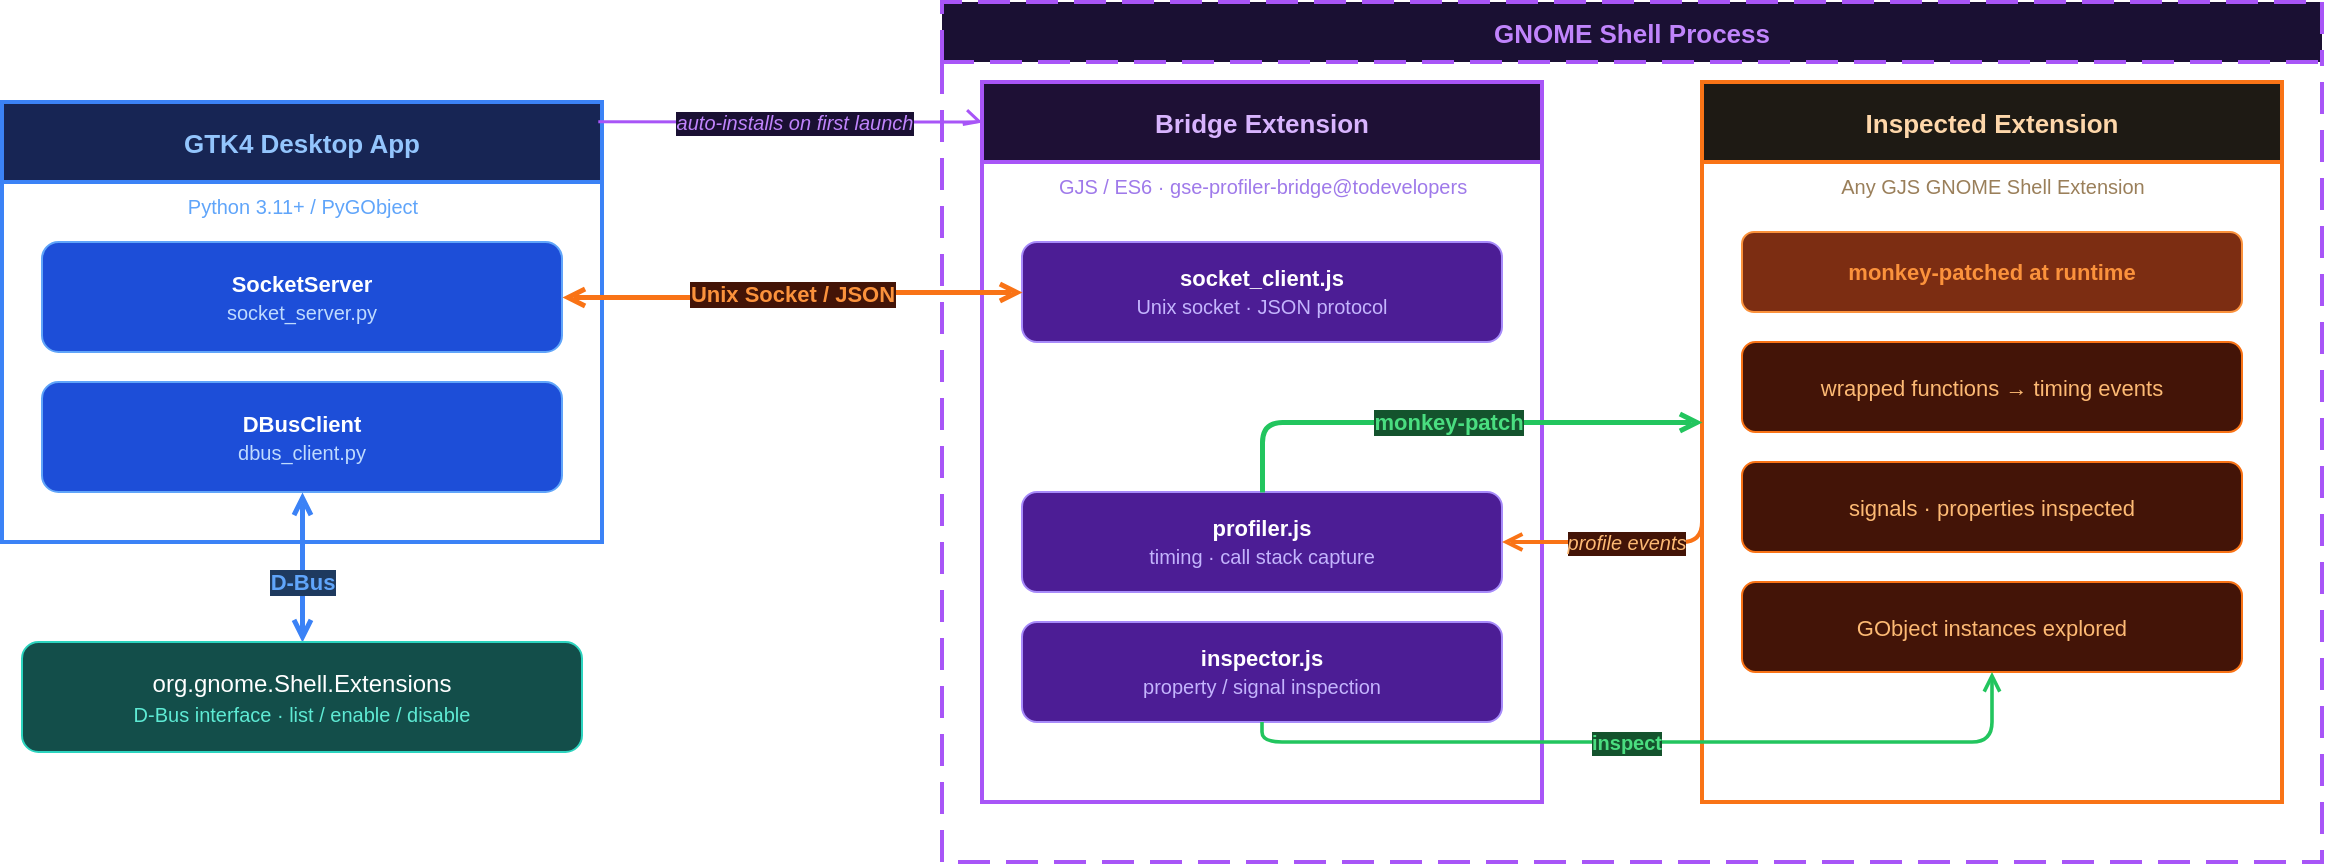
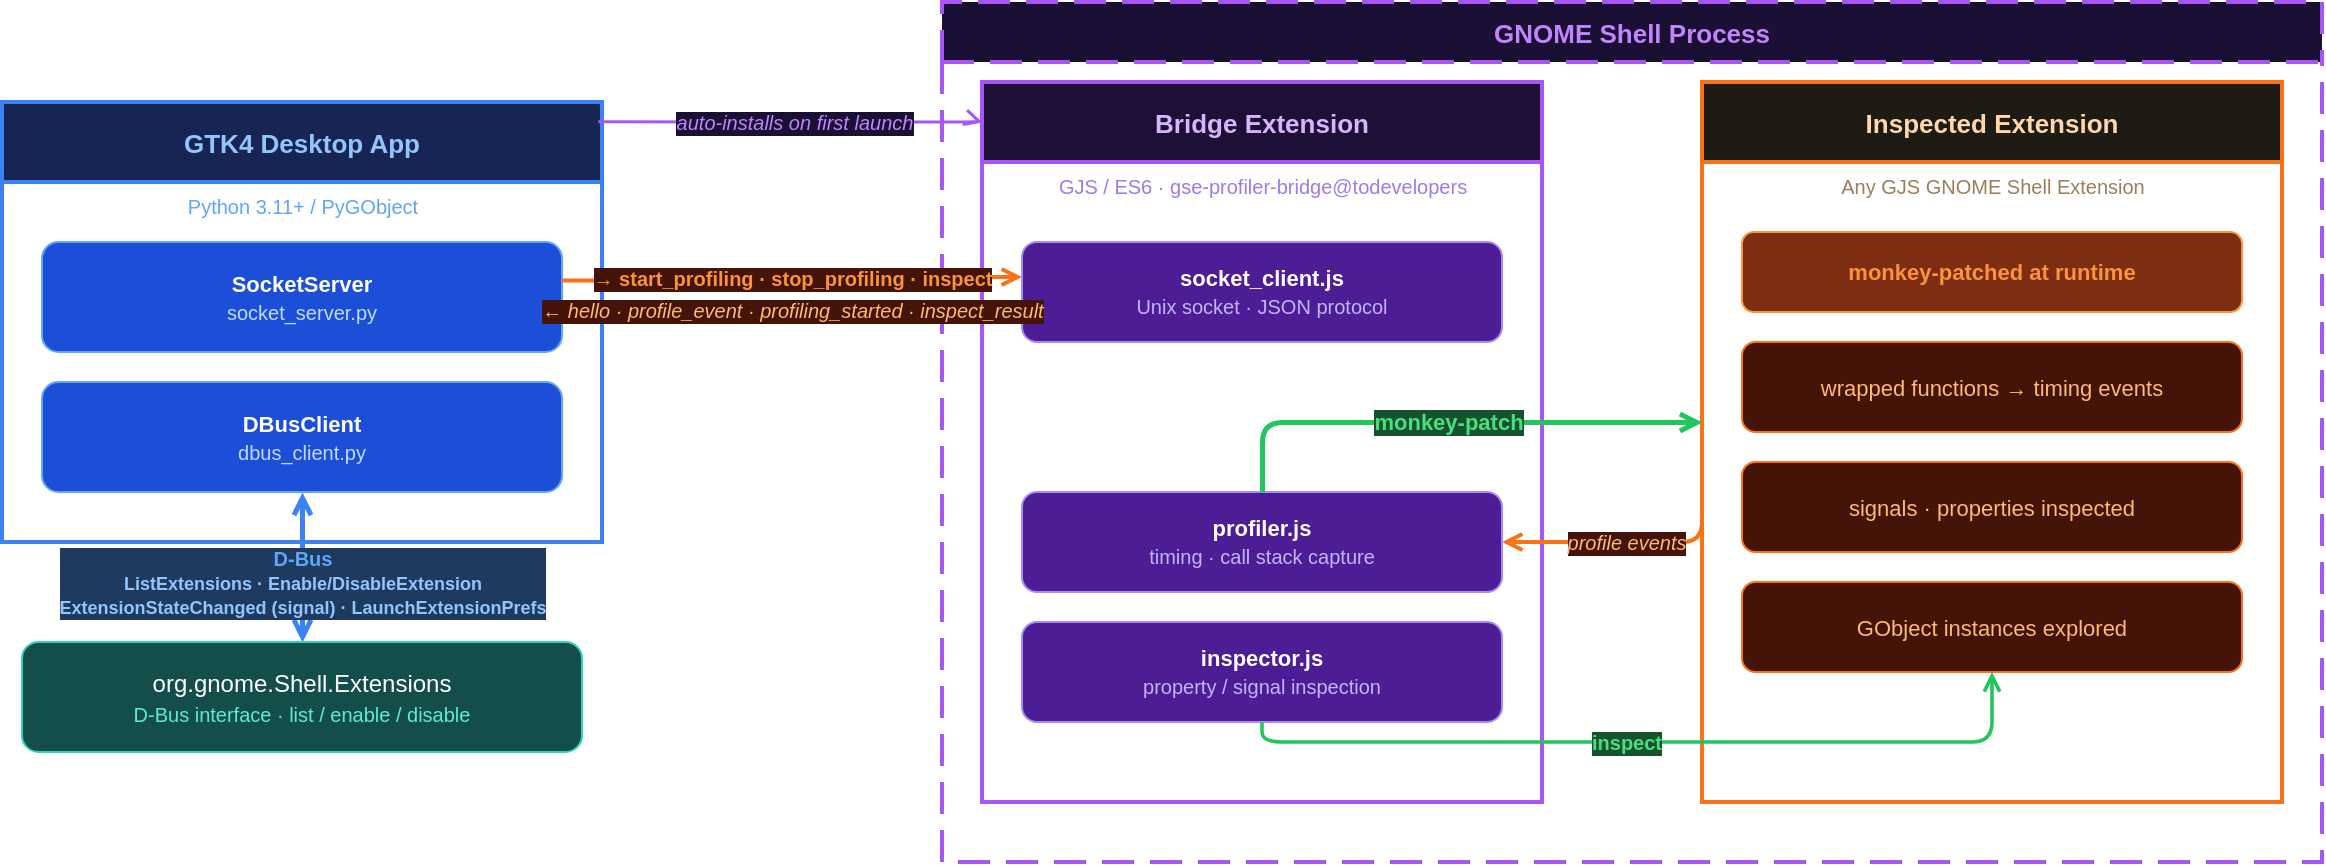
<mxfile host="app.diagrams.net">
  <diagram name="gse-profiler Architecture" id="gse-profiler-arch">
    <mxGraphModel dx="1414" dy="863" grid="1" gridSize="10" guides="1" tooltips="1" connect="1" arrows="1" fold="1" page="1" pageScale="1" pageWidth="1654" pageHeight="1169" math="0" shadow="0">
      <root>
        <mxCell id="0" />
        <mxCell id="1" parent="0" />
        <mxCell id="gnome-shell-container" parent="1" style="swimlane;startSize=30;fillColor=#1a1033;strokeColor=#a855f7;strokeWidth=2;dashed=1;dashPattern=8 4;fontColor=#c084fc;fontSize=13;fontStyle=1;align=center;" value="GNOME Shell Process" vertex="1">
          <mxGeometry height="430" width="690" x="570" y="90" as="geometry" />
        </mxCell>
        <mxCell id="bridge-container" parent="gnome-shell-container" style="swimlane;startSize=40;fillColor=#1e1035;strokeColor=#a855f7;strokeWidth=2;fontColor=#d8b4fe;fontSize=13;fontStyle=1;align=center;" value="Bridge Extension" vertex="1">
          <mxGeometry height="360" width="280" x="20" y="40" as="geometry" />
        </mxCell>
        <mxCell id="bridge-subtitle" parent="bridge-container" style="text;html=1;align=center;verticalAlign=middle;resizable=0;points=[];autosize=1;strokeColor=none;fillColor=none;fontColor=#9f7aea;fontSize=10;" value="GJS / ES6 · gse-profiler-bridge@todevelopers" vertex="1">
          <mxGeometry height="20" width="260" x="10" y="42" as="geometry" />
        </mxCell>
        <mxCell id="socket-client-js" parent="bridge-container" style="rounded=1;whiteSpace=wrap;html=1;fillColor=#4c1d95;strokeColor=#a78bfa;fontColor=#ffffff;fontSize=11;" value="&lt;b&gt;socket_client.js&lt;/b&gt;&lt;br/&gt;&lt;font color=&#39;#c4b5fd&#39; style=&#39;font-size:10px&#39;&gt;Unix socket · JSON protocol&lt;/font&gt;" vertex="1">
          <mxGeometry height="50" width="240" x="20" y="80" as="geometry" />
        </mxCell>
        <mxCell id="profiler-js" parent="bridge-container" style="rounded=1;whiteSpace=wrap;html=1;fillColor=#4c1d95;strokeColor=#a78bfa;fontColor=#ffffff;fontSize=11;" value="&lt;b&gt;profiler.js&lt;/b&gt;&lt;br/&gt;&lt;font color=&#39;#c4b5fd&#39; style=&#39;font-size:10px&#39;&gt;timing · call stack capture&lt;/font&gt;" vertex="1">
          <mxGeometry height="50" width="240" x="20" y="205" as="geometry" />
        </mxCell>
        <mxCell id="inspector-js" parent="bridge-container" style="rounded=1;whiteSpace=wrap;html=1;fillColor=#4c1d95;strokeColor=#a78bfa;fontColor=#ffffff;fontSize=11;" value="&lt;b&gt;inspector.js&lt;/b&gt;&lt;br/&gt;&lt;font color=&#39;#c4b5fd&#39; style=&#39;font-size:10px&#39;&gt;property / signal inspection&lt;/font&gt;" vertex="1">
          <mxGeometry height="50" width="240" x="20" y="270" as="geometry" />
        </mxCell>
        <mxCell id="inspected-container" parent="gnome-shell-container" style="swimlane;startSize=40;fillColor=#1e1a14;strokeColor=#f97316;strokeWidth=2;fontColor=#fed7aa;fontSize=13;fontStyle=1;align=center;" value="Inspected Extension" vertex="1">
          <mxGeometry height="360" width="290" x="380" y="40" as="geometry" />
        </mxCell>
        <mxCell id="inspected-subtitle" parent="inspected-container" style="text;html=1;align=center;verticalAlign=middle;resizable=0;points=[];autosize=1;strokeColor=none;fillColor=none;fontColor=#9a7f5a;fontSize=10;" value="Any GJS GNOME Shell Extension" vertex="1">
          <mxGeometry height="20" width="270" x="10" y="42" as="geometry" />
        </mxCell>
        <mxCell id="monkey-patch-badge" parent="inspected-container" style="rounded=1;whiteSpace=wrap;html=1;fillColor=#7c2d12;strokeColor=#fb923c;fontColor=#fb923c;fontSize=11;fontStyle=1;" value="monkey-patched at runtime" vertex="1">
          <mxGeometry height="40" width="250" x="20" y="75" as="geometry" />
        </mxCell>
        <mxCell id="wrapped-functions" parent="inspected-container" style="rounded=1;whiteSpace=wrap;html=1;fillColor=#431407;strokeColor=#f97316;fontColor=#fdba74;fontSize=11;" value="wrapped functions → timing events" vertex="1">
          <mxGeometry height="45" width="250" x="20" y="130" as="geometry" />
        </mxCell>
        <mxCell id="signals-props" parent="inspected-container" style="rounded=1;whiteSpace=wrap;html=1;fillColor=#431407;strokeColor=#f97316;fontColor=#fdba74;fontSize=11;" value="signals · properties inspected" vertex="1">
          <mxGeometry height="45" width="250" x="20" y="190" as="geometry" />
        </mxCell>
        <mxCell id="gobject-instances" parent="inspected-container" style="rounded=1;whiteSpace=wrap;html=1;fillColor=#431407;strokeColor=#f97316;fontColor=#fdba74;fontSize=11;" value="GObject instances explored" vertex="1">
          <mxGeometry height="45" width="250" x="20" y="250" as="geometry" />
        </mxCell>
        <mxCell id="edge-events" edge="1" parent="gnome-shell-container" source="inspected-container" style="edgeStyle=orthogonalEdgeStyle;html=1;strokeColor=#f97316;strokeWidth=2;strokeDashArray=6 3;fontColor=#fdba74;fontSize=10;fontStyle=2;fillColor=#431407;labelBackgroundColor=#431407;labelBorderColor=none;endArrow=open;endFill=0;entryX=1;entryY=0.5;entryDx=0;entryDy=0;exitX=0;exitY=0.5;exitDx=0;exitDy=0;" target="profiler-js" value="profile events">
          <mxGeometry relative="1" x="0.1765" as="geometry">
            <mxPoint as="offset" />
            <Array as="points">
              <mxPoint x="380" y="270" />
            </Array>
            <mxPoint x="350" y="310" as="sourcePoint" />
            <mxPoint x="350" y="500" as="targetPoint" />
          </mxGeometry>
        </mxCell>
        <mxCell id="edge-inspect" edge="1" parent="gnome-shell-container" source="inspector-js" style="edgeStyle=orthogonalEdgeStyle;html=1;strokeColor=#22c55e;strokeWidth=1.8;fontColor=#4ade80;fontSize=10;fontStyle=1;fillColor=#14532d;labelBackgroundColor=#14532d;labelBorderColor=none;endArrow=open;endFill=0;exitX=0.5;exitY=1;exitDx=0;exitDy=0;entryX=0.5;entryY=1;entryDx=0;entryDy=0;" target="gobject-instances" value="inspect">
          <mxGeometry relative="1" x="-0.0649" as="geometry">
            <mxPoint as="offset" />
            <Array as="points">
              <mxPoint x="160" y="370" />
              <mxPoint x="525" y="370" />
            </Array>
            <mxPoint x="460" y="350" as="targetPoint" />
          </mxGeometry>
        </mxCell>
        <mxCell id="app-container" parent="1" style="swimlane;startSize=40;fillColor=#172554;strokeColor=#3b82f6;strokeWidth=2;fontColor=#93c5fd;fontSize=13;fontStyle=1;align=center;" value="GTK4 Desktop App" vertex="1">
          <mxGeometry height="220" width="300" x="100" y="140" as="geometry" />
        </mxCell>
        <mxCell id="app-subtitle" parent="app-container" style="text;html=1;align=center;verticalAlign=middle;resizable=0;strokeColor=none;fillColor=none;fontColor=#60a5fa;fontSize=10;" value="Python 3.11+ / PyGObject" vertex="1">
          <mxGeometry height="20" width="280" x="10" y="42" as="geometry" />
        </mxCell>
        <mxCell id="dbus-client" parent="app-container" style="rounded=1;whiteSpace=wrap;html=1;fillColor=#1d4ed8;strokeColor=#60a5fa;fontColor=#ffffff;fontSize=11;" value="&lt;b&gt;DBusClient&lt;/b&gt;&lt;br/&gt;&lt;font color=&#39;#bfdbfe&#39; style=&#39;font-size:10px&#39;&gt;dbus_client.py&lt;/font&gt;" vertex="1">
          <mxGeometry height="55" width="260" x="20" y="140" as="geometry" />
        </mxCell>
        <mxCell id="socket-server" parent="app-container" style="rounded=1;whiteSpace=wrap;html=1;fillColor=#1d4ed8;strokeColor=#60a5fa;fontColor=#ffffff;fontSize=11;" value="&lt;b&gt;SocketServer&lt;/b&gt;&lt;br/&gt;&lt;font color=&#39;#bfdbfe&#39; style=&#39;font-size:10px&#39;&gt;socket_server.py&lt;/font&gt;" vertex="1">
          <mxGeometry height="55" width="260" x="20" y="70" as="geometry" />
        </mxCell>
-         <mxCell id="edge-dbus" edge="1" parent="1" source="dbus-client" style="edgeStyle=orthogonalEdgeStyle;html=1;strokeColor=#3b82f6;strokeWidth=2.5;fontColor=#60a5fa;fontSize=11;fontStyle=1;fillColor=#1e3a5f;labelBackgroundColor=#1e3a5f;labelBorderColor=none;startArrow=open;startFill=0;endArrow=open;endFill=0;" target="dbus-interface" value="D-Bus">
+         <mxCell id="edge-dbus" edge="1" parent="1" source="dbus-client" style="edgeStyle=orthogonalEdgeStyle;html=1;strokeColor=#3b82f6;strokeWidth=2.5;fontColor=#60a5fa;fontSize=10;fontStyle=1;fillColor=#1e3a5f;labelBackgroundColor=#1e3a5f;labelBorderColor=none;startArrow=open;startFill=0;endArrow=open;endFill=0;" target="dbus-interface" value="&lt;b&gt;D-Bus&lt;/b&gt;&lt;br/&gt;&lt;font style=&apos;font-size:9px&apos; color=&apos;#93c5fd&apos;&gt;ListExtensions · Enable/DisableExtension&lt;br/&gt;ExtensionStateChanged (signal) · LaunchExtensionPrefs&lt;/font&gt;">
          <mxGeometry relative="1" x="0.2" as="geometry">
            <mxPoint as="offset" />
          </mxGeometry>
        </mxCell>
-         <mxCell id="edge-socket" edge="1" parent="1" source="socket-server" style="edgeStyle=orthogonalEdgeStyle;html=1;strokeColor=#f97316;strokeWidth=2.5;fontColor=#fb923c;fontSize=11;fontStyle=1;fillColor=#431407;labelBackgroundColor=#431407;labelBorderColor=none;startArrow=open;startFill=0;endArrow=open;endFill=0;" target="socket-client-js" value="Unix Socket / JSON">
+         <!-- App → Bridge (commands) -->
+         <mxCell id="edge-socket-cmd" edge="1" parent="1" source="socket-server" style="edgeStyle=orthogonalEdgeStyle;html=1;strokeColor=#f97316;strokeWidth=2;fontColor=#fb923c;fontSize=10;fontStyle=1;fillColor=#431407;labelBackgroundColor=#431407;labelBorderColor=none;endArrow=open;endFill=1;exitX=1;exitY=0.35;exitDx=0;exitDy=0;entryX=0;entryY=0.35;entryDx=0;entryDy=0;" target="socket-client-js" value="→  start_profiling · stop_profiling · inspect">
+           <mxGeometry relative="1" as="geometry" />
+         </mxCell>
+         <!-- Bridge → App (events) -->
+         <mxCell id="edge-socket-evt" edge="1" parent="1" source="socket-client-js" style="edgeStyle=orthogonalEdgeStyle;html=1;strokeColor=#fb923c;strokeWidth=2;fontColor=#fdba74;fontSize=10;fontStyle=2;fillColor=#431407;labelBackgroundColor=#431407;labelBorderColor=none;endArrow=open;endFill=1;exitX=0;exitY=0.65;exitDx=0;exitDy=0;entryX=1;entryY=0.65;entryDx=0;entryDy=0;" target="socket-server" value="←  hello · profile_event · profiling_started · inspect_result">
          <mxGeometry relative="1" as="geometry" />
        </mxCell>
        <mxCell id="edge-monkey-patch" edge="1" parent="1" source="profiler-js" style="edgeStyle=orthogonalEdgeStyle;html=1;strokeColor=#22c55e;strokeWidth=2.5;fontColor=#4ade80;fontSize=11;fontStyle=1;fillColor=#14532d;labelBackgroundColor=#14532d;labelBorderColor=none;endArrow=open;endFill=0;" target="inspected-container" value="monkey-patch">
          <mxGeometry relative="1" as="geometry">
            <Array as="points">
              <mxPoint x="910" y="300" />
              <mxPoint x="970" y="300" />
            </Array>
          </mxGeometry>
        </mxCell>
        <mxCell id="edge-install" edge="1" parent="1" source="app-container" style="edgeStyle=orthogonalEdgeStyle;html=1;strokeColor=#a855f7;strokeWidth=1.5;strokeDashArray=5 3;fontColor=#c084fc;fontSize=10;fontStyle=2;fillColor=#1a1033;labelBackgroundColor=#1a1033;labelBorderColor=none;endArrow=open;endFill=0;exitX=0.993;exitY=0.044;exitDx=0;exitDy=0;exitPerimeter=0;" value="auto-installs on first launch">
          <mxGeometry relative="1" x="0.0243" as="geometry">
            <mxPoint as="offset" />
            <Array as="points">
              <mxPoint x="589" y="150" />
            </Array>
            <mxPoint x="590" y="150" as="targetPoint" />
          </mxGeometry>
        </mxCell>
        <mxCell id="dbus-interface" parent="1" style="rounded=1;whiteSpace=wrap;html=1;fillColor=#134e4a;strokeColor=#2dd4bf;fontColor=#ffffff;fontSize=12;" value="org.gnome.Shell.Extensions&lt;br/&gt;&lt;font style=&#39;font-size:10px&#39; color=&#39;#5eead4&#39;&gt;D-Bus interface · list / enable / disable&lt;/font&gt;" vertex="1">
          <mxGeometry height="55" width="280" x="110" y="410" as="geometry" />
        </mxCell>
      </root>
    </mxGraphModel>
  </diagram>
</mxfile>
